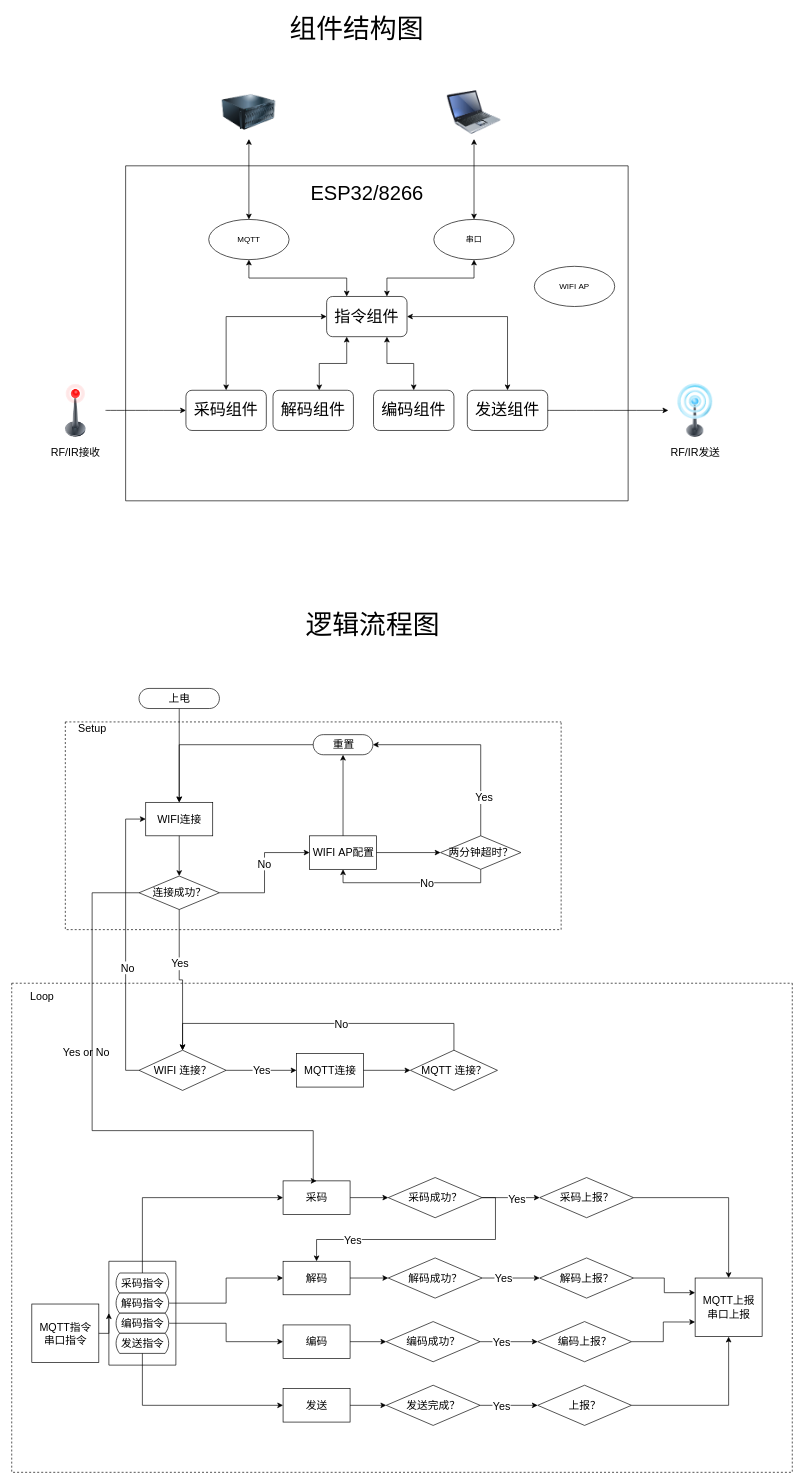
Above: esp32_433_红外组件结构图.drawio in czq7966/drawio (draw.io), before the change. Source tidied: cells renumbered, new cells numbered last; positions are measured from the earlier drawing's top-left corner, leaving out a move shared by most shapes. Both pictures are drawn from the tidied source at 67%, with x=0, y=0 at pixel (11, 11).
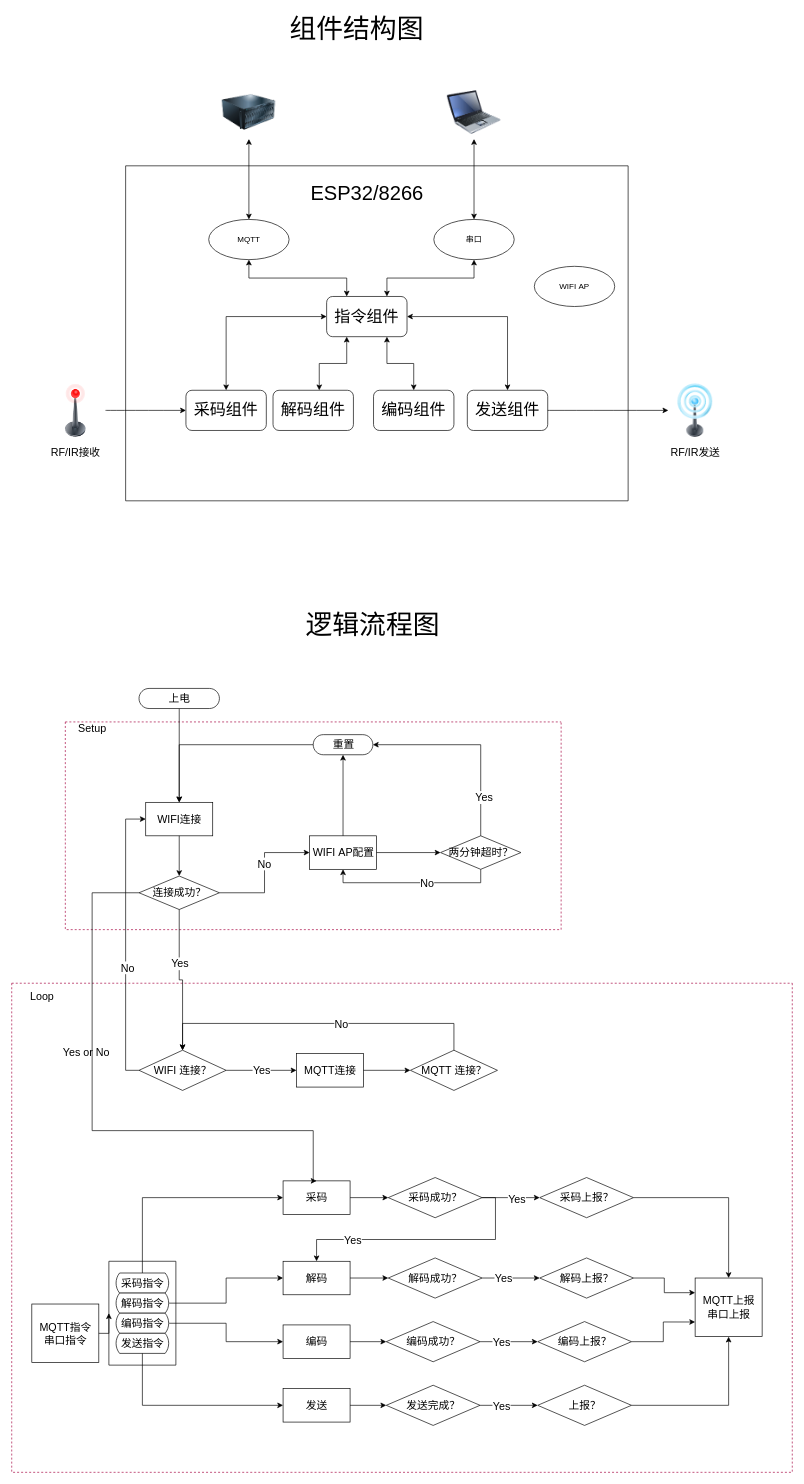
The same page after the edit.

Commit message:
Update esp32_433_红外组件结构图.drawio

The edit, as a diff of the source:
```diff
@@
-    <mxCell id="2" style="swimlane;startSize=0;fontSize=16;dashed=1;" parent="1" vertex="1">
+    <mxCell id="2" style="swimlane;startSize=0;fontSize=16;dashed=1;fillColor=#d80073;strokeColor=#A50040;fontColor=#ffffff;" parent="1" vertex="1">
       <mxGeometry y="1450" width="1165" height="730" as="geometry" />
     </mxCell>
@@
-    <mxCell id="54" style="swimlane;startSize=0;fontSize=16;dashed=1;" parent="1" vertex="1">
+    <mxCell id="54" style="swimlane;startSize=0;fontSize=16;dashed=1;fillColor=#d80073;strokeColor=#A50040;fontColor=#ffffff;" parent="1" vertex="1">
       <mxGeometry x="80" y="1060" width="740" height="310" as="geometry" />
     </mxCell>
```
